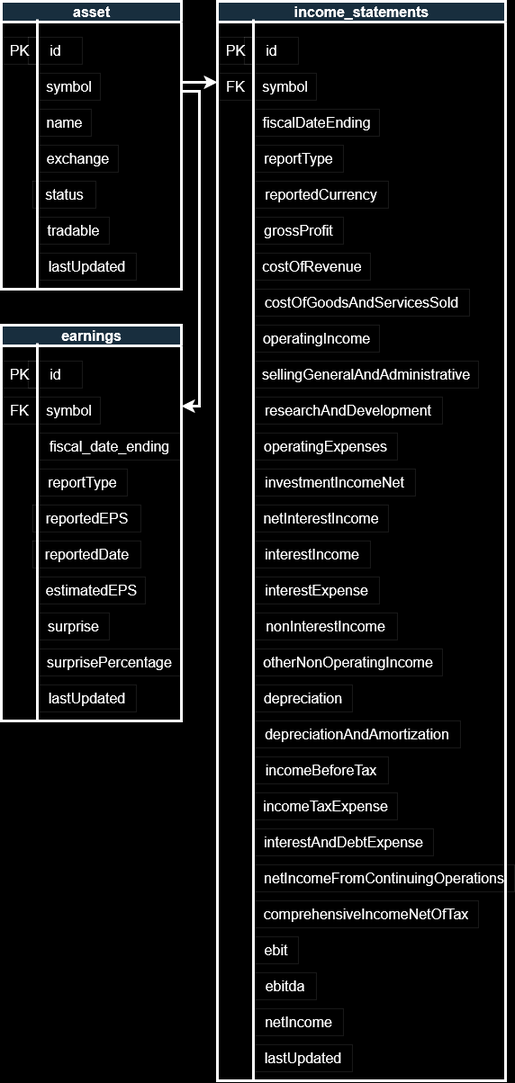
LarryDevinCarter/OptionScanner keeps this draw.io diagram as option-scanner/docs/OptionScanner.drawio.png. Above is the earlier version. Source tidied: cells renumbered, new cells last; positions are measured from the earlier drawing's top-left corner, leaving out a move shared by most shapes.
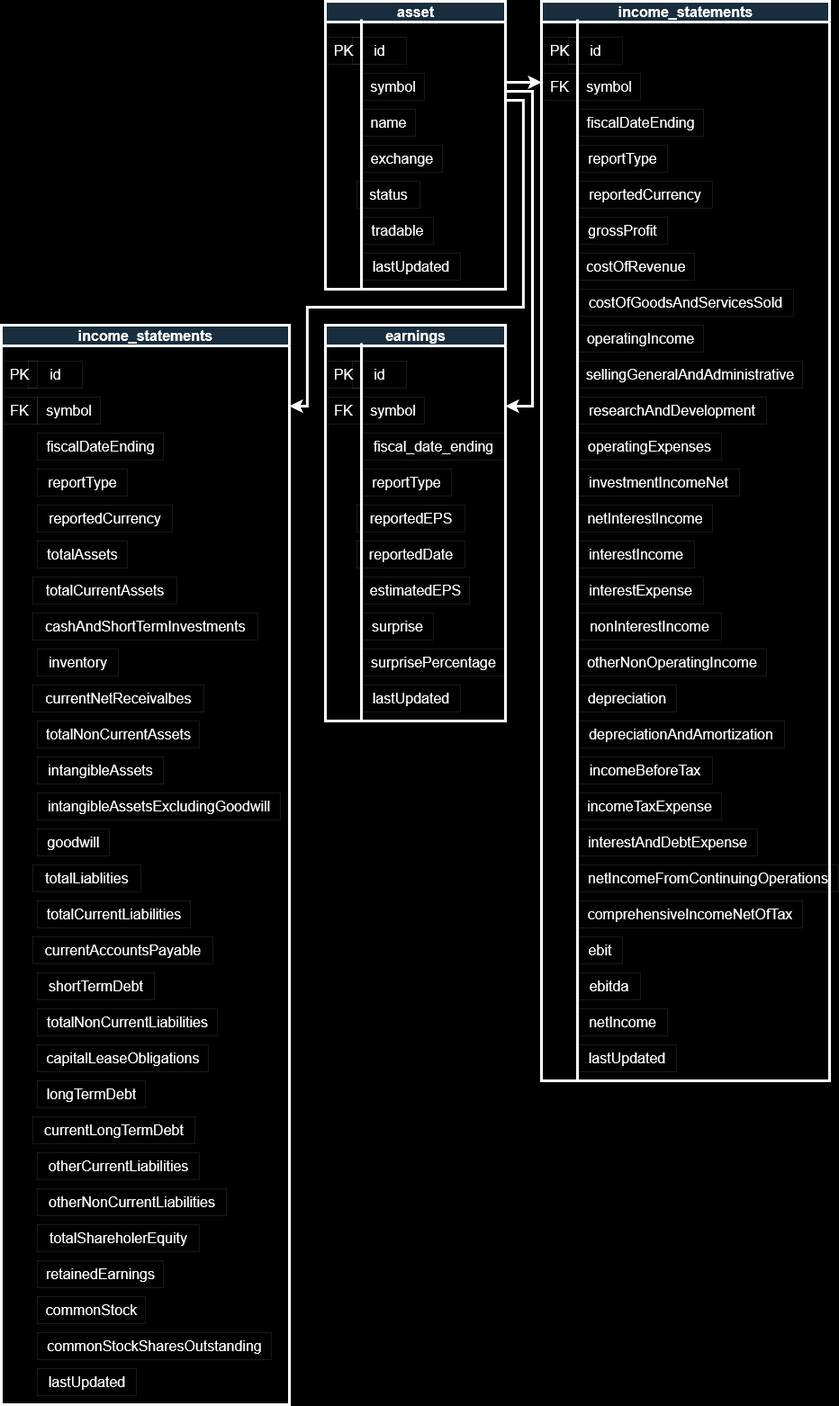
The same file after the commit.

The edit, as a diff of the source:
```diff
@@ -192,10 +192,118 @@
         <mxPoint x="200" y="100" as="sourcePoint" />
         <mxPoint x="200" y="450" as="targetPoint" />
         <Array as="points">
-          <mxPoint x="220" y="100" />
-          <mxPoint x="220" y="450" />
+          <mxPoint x="230" y="100" />
+          <mxPoint x="230" y="450" />
         </Array>
       </mxGeometry>
     </mxCell>
+    <mxCell id="61" value="income_statements" style="swimlane;html=1;strokeColor=#FFFFFF;fontColor=#FFFFFF;fontSize=16;fillColor=#182E3E;strokeWidth=3;startSize=23;" parent="1" vertex="1">
+      <mxGeometry x="-360" y="360" width="320" height="1200" as="geometry" />
+    </mxCell>
+    <mxCell id="62" value="PK " style="text;html=1;align=center;verticalAlign=middle;strokeColor=#FFFFFF;fontColor=#FFFFFF;fontSize=16;strokeWidth=0;" parent="61" vertex="1">
+      <mxGeometry y="40" width="40" height="30" as="geometry" />
+    </mxCell>
+    <mxCell id="63" value="id" style="text;html=1;align=center;verticalAlign=middle;rounded=0;strokeColor=#FFFFFF;fontColor=#FFFFFF;fontSize=16;strokeWidth=0;" parent="61" vertex="1">
+      <mxGeometry x="30" y="40" width="60" height="30" as="geometry" />
+    </mxCell>
+    <mxCell id="64" value="&lt;div&gt;symbol&lt;/div&gt;" style="text;html=1;align=center;verticalAlign=middle;strokeColor=#FFFFFF;fontColor=#FFFFFF;fontSize=16;strokeWidth=0;" parent="61" vertex="1">
+      <mxGeometry x="40" y="80" width="70" height="30" as="geometry" />
+    </mxCell>
+    <mxCell id="65" value="&lt;div&gt;fiscalDateEnding&lt;/div&gt;" style="text;html=1;align=center;verticalAlign=middle;strokeColor=#FFFFFF;fontColor=#FFFFFF;fontSize=16;strokeWidth=0;" parent="61" vertex="1">
+      <mxGeometry x="40" y="120" width="140" height="30" as="geometry" />
+    </mxCell>
+    <mxCell id="66" value="reportedCurrency" style="text;html=1;align=center;verticalAlign=middle;strokeColor=#FFFFFF;fontColor=#FFFFFF;fontSize=16;strokeWidth=0;" parent="61" vertex="1">
+      <mxGeometry x="40" y="200" width="150" height="30" as="geometry" />
+    </mxCell>
+    <mxCell id="67" value="reportType" style="text;html=1;align=center;verticalAlign=middle;strokeColor=#FFFFFF;fontColor=#FFFFFF;fontSize=16;strokeWidth=0;" parent="61" vertex="1">
+      <mxGeometry x="40" y="160" width="100" height="30" as="geometry" />
+    </mxCell>
+    <mxCell id="68" value="totalAssets" style="text;html=1;align=center;verticalAlign=middle;strokeColor=#FFFFFF;fontColor=#FFFFFF;fontSize=16;strokeWidth=0;" parent="61" vertex="1">
+      <mxGeometry x="40" y="240" width="100" height="30" as="geometry" />
+    </mxCell>
+    <mxCell id="69" value="totalCurrentAssets" style="text;html=1;align=center;verticalAlign=middle;strokeColor=#FFFFFF;fontColor=#FFFFFF;fontSize=16;strokeWidth=0;" parent="61" vertex="1">
+      <mxGeometry x="35" y="280" width="160" height="30" as="geometry" />
+    </mxCell>
+    <mxCell id="70" value="FK" style="text;html=1;align=center;verticalAlign=middle;strokeColor=#FFFFFF;fontColor=#FFFFFF;fontSize=16;strokeWidth=0;" parent="61" vertex="1">
+      <mxGeometry y="80" width="40" height="30" as="geometry" />
+    </mxCell>
+    <mxCell id="71" value="cashAndShortTermInvestments" style="text;html=1;align=center;verticalAlign=middle;strokeColor=#FFFFFF;fontColor=#FFFFFF;fontSize=16;strokeWidth=0;" parent="61" vertex="1">
+      <mxGeometry x="35" y="320" width="250" height="30" as="geometry" />
+    </mxCell>
+    <mxCell id="72" value="inventory" style="text;html=1;align=center;verticalAlign=middle;strokeColor=#FFFFFF;fontColor=#FFFFFF;fontSize=16;strokeWidth=0;" parent="61" vertex="1">
+      <mxGeometry x="40" y="360" width="90" height="30" as="geometry" />
+    </mxCell>
+    <mxCell id="73" value="currentNetReceivalbes" style="text;html=1;align=center;verticalAlign=middle;strokeColor=#FFFFFF;fontColor=#FFFFFF;fontSize=16;strokeWidth=0;" parent="61" vertex="1">
+      <mxGeometry x="35" y="400" width="190" height="30" as="geometry" />
+    </mxCell>
+    <mxCell id="74" value="totalNonCurrentAssets" style="text;html=1;align=center;verticalAlign=middle;strokeColor=#FFFFFF;fontColor=#FFFFFF;fontSize=16;strokeWidth=0;" parent="61" vertex="1">
+      <mxGeometry x="40" y="440" width="180" height="30" as="geometry" />
+    </mxCell>
+    <mxCell id="75" value="intangibleAssets" style="text;html=1;align=center;verticalAlign=middle;strokeColor=#FFFFFF;fontColor=#FFFFFF;fontSize=16;strokeWidth=0;" parent="61" vertex="1">
+      <mxGeometry x="40" y="480" width="140" height="30" as="geometry" />
+    </mxCell>
+    <mxCell id="76" value="intangibleAssetsExcludingGoodwill" style="text;html=1;align=center;verticalAlign=middle;strokeColor=#FFFFFF;fontColor=#FFFFFF;fontSize=16;strokeWidth=0;" parent="61" vertex="1">
+      <mxGeometry x="40" y="520" width="270" height="30" as="geometry" />
+    </mxCell>
+    <mxCell id="77" value="goodwill" style="text;html=1;align=center;verticalAlign=middle;strokeColor=#FFFFFF;fontColor=#FFFFFF;fontSize=16;strokeWidth=0;" parent="61" vertex="1">
+      <mxGeometry x="40" y="560" width="80" height="30" as="geometry" />
+    </mxCell>
+    <mxCell id="78" value="&lt;div&gt;totalLiablities&lt;/div&gt;" style="text;html=1;align=center;verticalAlign=middle;strokeColor=#FFFFFF;fontColor=#FFFFFF;fontSize=16;strokeWidth=0;" parent="61" vertex="1">
+      <mxGeometry x="35" y="600" width="120" height="30" as="geometry" />
+    </mxCell>
+    <mxCell id="79" value="totalCurrentLiabilities" style="text;html=1;align=center;verticalAlign=middle;strokeColor=#FFFFFF;fontColor=#FFFFFF;fontSize=16;strokeWidth=0;" parent="61" vertex="1">
+      <mxGeometry x="40" y="640" width="170" height="30" as="geometry" />
+    </mxCell>
+    <mxCell id="80" value="currentAccountsPayable" style="text;html=1;align=center;verticalAlign=middle;strokeColor=#FFFFFF;fontColor=#FFFFFF;fontSize=16;strokeWidth=0;" parent="61" vertex="1">
+      <mxGeometry x="35" y="680" width="200" height="30" as="geometry" />
+    </mxCell>
+    <mxCell id="81" value="shortTermDebt" style="text;html=1;align=center;verticalAlign=middle;strokeColor=#FFFFFF;fontColor=#FFFFFF;fontSize=16;strokeWidth=0;" parent="61" vertex="1">
+      <mxGeometry x="40" y="720" width="130" height="30" as="geometry" />
+    </mxCell>
+    <mxCell id="82" value="totalNonCurrentLiabilities" style="text;html=1;align=center;verticalAlign=middle;strokeColor=#FFFFFF;fontColor=#FFFFFF;fontSize=16;strokeWidth=0;" parent="61" vertex="1">
+      <mxGeometry x="40" y="760" width="200" height="30" as="geometry" />
+    </mxCell>
+    <mxCell id="83" value="capitalLeaseObligations" style="text;html=1;align=center;verticalAlign=middle;strokeColor=#FFFFFF;fontColor=#FFFFFF;fontSize=16;strokeWidth=0;" parent="61" vertex="1">
+      <mxGeometry x="40" y="800" width="190" height="30" as="geometry" />
+    </mxCell>
+    <mxCell id="84" value="longTermDebt" style="text;html=1;align=center;verticalAlign=middle;strokeColor=#FFFFFF;fontColor=#FFFFFF;fontSize=16;strokeWidth=0;" parent="61" vertex="1">
+      <mxGeometry x="40" y="840" width="120" height="30" as="geometry" />
+    </mxCell>
+    <mxCell id="85" value="currentLongTermDebt" style="text;html=1;align=center;verticalAlign=middle;strokeColor=#FFFFFF;fontColor=#FFFFFF;fontSize=16;strokeWidth=0;" parent="61" vertex="1">
+      <mxGeometry x="35" y="880" width="180" height="30" as="geometry" />
+    </mxCell>
+    <mxCell id="86" value="otherCurrentLiabilities" style="text;html=1;align=center;verticalAlign=middle;strokeColor=#FFFFFF;fontColor=#FFFFFF;fontSize=16;strokeWidth=0;" parent="61" vertex="1">
+      <mxGeometry x="40" y="920" width="180" height="30" as="geometry" />
+    </mxCell>
+    <mxCell id="87" value="otherNonCurrentLiabilities" style="text;html=1;align=center;verticalAlign=middle;strokeColor=#FFFFFF;fontColor=#FFFFFF;fontSize=16;strokeWidth=0;" parent="61" vertex="1">
+      <mxGeometry x="40" y="960" width="210" height="30" as="geometry" />
+    </mxCell>
+    <mxCell id="88" value="totalShareholerEquity" style="text;html=1;align=center;verticalAlign=middle;strokeColor=#FFFFFF;fontColor=#FFFFFF;fontSize=16;strokeWidth=0;" parent="61" vertex="1">
+      <mxGeometry x="40" y="1000" width="180" height="30" as="geometry" />
+    </mxCell>
+    <mxCell id="89" value="retainedEarnings" style="text;html=1;align=center;verticalAlign=middle;strokeColor=#FFFFFF;fontColor=#FFFFFF;fontSize=16;strokeWidth=0;" parent="61" vertex="1">
+      <mxGeometry x="40" y="1040" width="140" height="30" as="geometry" />
+    </mxCell>
+    <mxCell id="90" value="commonStock" style="text;html=1;align=center;verticalAlign=middle;strokeColor=#FFFFFF;fontColor=#FFFFFF;fontSize=16;strokeWidth=0;" parent="61" vertex="1">
+      <mxGeometry x="40" y="1080" width="120" height="30" as="geometry" />
+    </mxCell>
+    <mxCell id="91" value="commonStockSharesOutstanding" style="text;html=1;align=center;verticalAlign=middle;strokeColor=#FFFFFF;fontColor=#FFFFFF;fontSize=16;strokeWidth=0;" parent="61" vertex="1">
+      <mxGeometry x="40" y="1120" width="260" height="30" as="geometry" />
+    </mxCell>
+    <mxCell id="92" value="lastUpdated" style="text;html=1;align=center;verticalAlign=middle;strokeColor=#FFFFFF;fontColor=#FFFFFF;fontSize=16;strokeWidth=0;" parent="61" vertex="1">
+      <mxGeometry x="40" y="1160" width="110" height="30" as="geometry" />
+    </mxCell>
+    <mxCell id="93" style="endArrow=classic;html=1;rounded=0;strokeWidth=3;strokeColor=#FFFFFF;" parent="1" edge="1">
+      <mxGeometry relative="1" as="geometry">
+        <mxPoint x="200" y="110" as="sourcePoint" />
+        <mxPoint x="-40" y="450" as="targetPoint" />
+        <Array as="points">
+          <mxPoint x="220" y="110" />
+          <mxPoint x="220" y="340" />
+          <mxPoint x="-20" y="340" />
+          <mxPoint x="-20" y="450" />
+        </Array>
+      </mxGeometry>
+    </mxCell>
   </root>
 </mxGraphModel>
```
